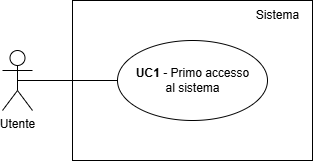
teamcodealchemists/docs keeps this draw.io diagram as documents/rtb/assets/UC1.png. Above is the earlier version. Source tidied: cells renumbered, new cells last; positions are measured from the earlier drawing's top-left corner, leaving out a move shared by most shapes. Source of this version:
```xml
<mxGraphModel>
  <root>
    <mxCell id="0" />
    <mxCell id="1" parent="0" />
    <mxCell id="2" value="Utente" style="shape=umlActor;verticalLabelPosition=bottom;verticalAlign=top;html=1;outlineConnect=0;" parent="1" vertex="1">
      <mxGeometry y="50" width="30" height="60" as="geometry" />
    </mxCell>
    <mxCell id="3" style="rounded=0;whiteSpace=wrap;html=1;" parent="1" vertex="1">
      <mxGeometry x="70" width="240" height="160" as="geometry" />
    </mxCell>
    <mxCell id="4" value="Sistema" style="text;html=1;align=center;verticalAlign=middle;strokeColor=none;fillColor=none;" parent="1" vertex="1">
      <mxGeometry x="240" width="70" height="30" as="geometry" />
    </mxCell>
    <mxCell id="5" style="ellipse;whiteSpace=wrap;html=1;fontStyle=1;" parent="1" vertex="1">
      <mxGeometry x="115" y="40" width="150" height="80" as="geometry" />
    </mxCell>
    <mxCell id="6" value="&lt;b&gt;UC1 &lt;/b&gt;- Primo accesso&lt;div&gt;al sistema&lt;/div&gt;" style="text;html=1;align=center;verticalAlign=middle;strokeColor=none;fillColor=none;" parent="1" vertex="1">
      <mxGeometry x="120" y="60" width="140" height="40" as="geometry" />
    </mxCell>
    <mxCell id="7" style="endArrow=none;html=1;rounded=0;entryX=0;entryY=0.5;entryDx=0;entryDy=0;exitX=0.5;exitY=0.5;exitDx=0;exitDy=0;exitPerimeter=0;" parent="1" edge="1" source="2" target="5">
      <mxGeometry relative="1" as="geometry" />
    </mxCell>
  </root>
</mxGraphModel>
```
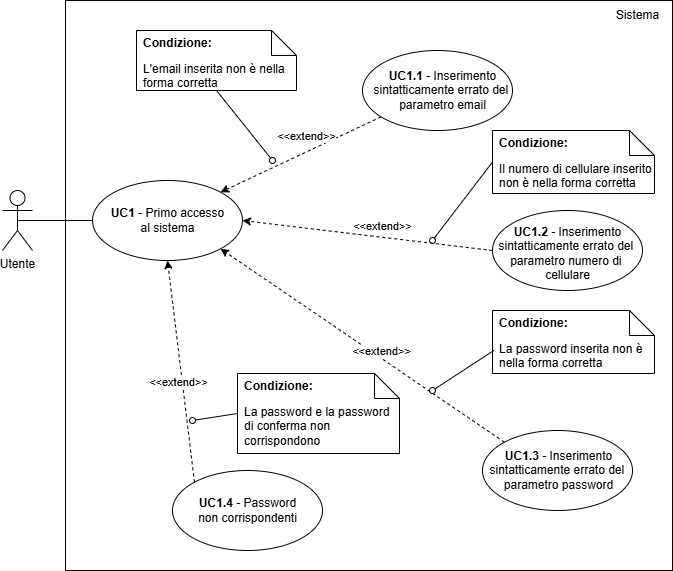
After the commit.

Diff of the diagram source:
```diff
@@ -1,24 +1,124 @@
 <mxGraphModel>
   <root>
-    <mxCell id="0" />
-    <mxCell id="1" parent="0" />
+    <mxCell id="8" />
+    <mxCell id="9" parent="8" />
-    <mxCell id="2" value="Utente" style="shape=umlActor;verticalLabelPosition=bottom;verticalAlign=top;html=1;outlineConnect=0;" parent="1" vertex="1">
-      <mxGeometry y="50" width="30" height="60" as="geometry" />
+    <mxCell id="2" value="Utente" style="shape=umlActor;verticalLabelPosition=bottom;verticalAlign=top;html=1;outlineConnect=0;" parent="9" vertex="1">
+      <mxGeometry x="-130" y="50" width="30" height="60" as="geometry" />
     </mxCell>
-    <mxCell id="3" style="rounded=0;whiteSpace=wrap;html=1;" parent="1" vertex="1">
-      <mxGeometry x="70" width="240" height="160" as="geometry" />
-    </mxCell>
+    <mxCell id="10" style="rounded=0;whiteSpace=wrap;html=1;" parent="9" vertex="1">
+      <mxGeometry x="-67" y="-140" width="607" height="570" as="geometry" />
+    </mxCell>
+    <mxCell id="11" style="ellipse;whiteSpace=wrap;html=1;fontStyle=1;" parent="9" vertex="1">
+      <mxGeometry x="-40" y="40" width="150" height="80" as="geometry" />
+    </mxCell>
+    <mxCell id="6" value="&lt;b&gt;UC1&amp;nbsp;&lt;/b&gt;- Primo accesso&lt;div&gt;al sistema&lt;/div&gt;" style="text;html=1;align=center;verticalAlign=middle;strokeColor=none;fillColor=none;" parent="9" vertex="1">
+      <mxGeometry x="-35" y="60" width="140" height="40" as="geometry" />
+    </mxCell>
+    <mxCell id="12" style="endArrow=none;html=1;rounded=0;entryX=0;entryY=0.5;entryDx=0;entryDy=0;exitX=0.5;exitY=0.5;exitDx=0;exitDy=0;exitPerimeter=0;" parent="9" edge="1" source="2" target="11">
+      <mxGeometry relative="1" as="geometry" />
+    </mxCell>
+    <mxCell id="13" style="rounded=0;jettySize=auto;html=1;entryX=1;entryY=0;entryDx=0;entryDy=0;dashed=1;" parent="9" edge="1" source="15" target="11">
+      <mxGeometry relative="1" as="geometry" />
+    </mxCell>
+    <mxCell id="14" value="&amp;lt;&amp;lt;extend&amp;gt;&amp;gt;" style="edgeLabel;html=1;align=center;verticalAlign=middle;" parent="13" vertex="1">
+      <mxGeometry x="-0.17" y="-3" relative="1" as="geometry">
+        <mxPoint x="-8" y="-9" as="offset" />
+      </mxGeometry>
+    </mxCell>
+    <mxCell id="15" style="ellipse;whiteSpace=wrap;html=1;fontStyle=1;" parent="9" vertex="1">
+      <mxGeometry x="230" y="-90" width="150" height="80" as="geometry" />
+    </mxCell>
+    <mxCell id="16" value="&lt;b&gt;UC1.1&amp;nbsp;&lt;/b&gt;- Inserimento&lt;div&gt;sintatticamente errato del&amp;nbsp;&lt;br&gt;&lt;div&gt;parametro email&lt;/div&gt;&lt;/div&gt;" style="text;html=1;align=center;verticalAlign=middle;strokeColor=none;fillColor=none;" parent="9" vertex="1">
+      <mxGeometry x="230" y="-80" width="160" height="60" as="geometry" />
+    </mxCell>
+    <mxCell id="17" value="L'email inserita non è nella forma corretta" style="shape=note2;boundedLbl=1;whiteSpace=wrap;html=1;size=25;verticalAlign=top;align=left;spacingLeft=5;" parent="9" vertex="1">
+      <mxGeometry x="4" y="-110" width="160" height="60" as="geometry" />
+    </mxCell>
+    <mxCell id="18" value="&lt;b&gt;Condizione:&lt;/b&gt;" style="strokeColor=none;fillColor=none;align=left;spacingLeft=5;whiteSpace=wrap;html=1;" parent="17" vertex="1">
+      <mxGeometry width="160" height="25" relative="1" as="geometry" />
+    </mxCell>
+    <mxCell id="19" style="rounded=0;jettySize=auto;html=1;endArrow=oval;endFill=0;exitX=0.5;exitY=1;exitDx=0;exitDy=0;exitPerimeter=0;" parent="9" edge="1" source="17">
+      <mxGeometry relative="1" as="geometry">
+        <mxPoint x="140" y="20" as="targetPoint" />
+      </mxGeometry>
+    </mxCell>
-    <mxCell id="4" value="Sistema" style="text;html=1;align=center;verticalAlign=middle;strokeColor=none;fillColor=none;" parent="1" vertex="1">
-      <mxGeometry x="240" width="70" height="30" as="geometry" />
+    <mxCell id="4" value="Sistema" style="text;html=1;align=center;verticalAlign=middle;strokeColor=none;fillColor=none;" parent="9" vertex="1">
+      <mxGeometry x="470" y="-140" width="70" height="30" as="geometry" />
     </mxCell>
-    <mxCell id="5" style="ellipse;whiteSpace=wrap;html=1;fontStyle=1;" parent="1" vertex="1">
-      <mxGeometry x="115" y="40" width="150" height="80" as="geometry" />
-    </mxCell>
-    <mxCell id="6" value="&lt;b&gt;UC1 &lt;/b&gt;- Primo accesso&lt;div&gt;al sistema&lt;/div&gt;" style="text;html=1;align=center;verticalAlign=middle;strokeColor=none;fillColor=none;" parent="1" vertex="1">
-      <mxGeometry x="120" y="60" width="140" height="40" as="geometry" />
-    </mxCell>
-    <mxCell id="7" style="endArrow=none;html=1;rounded=0;entryX=0;entryY=0.5;entryDx=0;entryDy=0;exitX=0.5;exitY=0.5;exitDx=0;exitDy=0;exitPerimeter=0;" parent="1" edge="1" source="2" target="5">
-      <mxGeometry relative="1" as="geometry" />
-    </mxCell>
+    <mxCell id="20" style="ellipse;whiteSpace=wrap;html=1;fontStyle=1;" parent="9" vertex="1">
+      <mxGeometry x="360" y="70" width="150" height="80" as="geometry" />
+    </mxCell>
+    <mxCell id="21" value="&lt;b&gt;UC1.2&amp;nbsp;&lt;/b&gt;- Inserimento&lt;div&gt;sintatticamente errato del&amp;nbsp;&lt;br&gt;&lt;div&gt;parametro numero di&amp;nbsp;&lt;/div&gt;&lt;/div&gt;&lt;div&gt;cellulare&lt;/div&gt;" style="text;html=1;align=center;verticalAlign=middle;strokeColor=none;fillColor=none;" parent="9" vertex="1">
+      <mxGeometry x="355" y="78" width="160" height="70" as="geometry" />
+    </mxCell>
+    <mxCell id="22" value="La password inserita non è nella forma corretta" style="shape=note2;boundedLbl=1;whiteSpace=wrap;html=1;size=25;verticalAlign=top;align=left;spacingLeft=5;" parent="9" vertex="1">
+      <mxGeometry x="360" y="170" width="162" height="63" as="geometry" />
+    </mxCell>
+    <mxCell id="23" value="&lt;b&gt;Condizione:&lt;/b&gt;" style="strokeColor=none;fillColor=none;align=left;spacingLeft=5;whiteSpace=wrap;html=1;" parent="22" vertex="1">
+      <mxGeometry width="162" height="25" relative="1" as="geometry" />
+    </mxCell>
+    <mxCell id="24" style="ellipse;whiteSpace=wrap;html=1;fontStyle=1;" parent="9" vertex="1">
+      <mxGeometry x="350" y="290" width="150" height="80" as="geometry" />
+    </mxCell>
+    <mxCell id="25" value="&lt;b&gt;UC1.3&amp;nbsp;&lt;/b&gt;- Inserimento&lt;div&gt;sintatticamente errato del&amp;nbsp;&lt;br&gt;&lt;div&gt;parametro password&lt;/div&gt;&lt;/div&gt;" style="text;html=1;align=center;verticalAlign=middle;strokeColor=none;fillColor=none;" parent="9" vertex="1">
+      <mxGeometry x="346" y="300" width="160" height="60" as="geometry" />
+    </mxCell>
+    <mxCell id="26" style="rounded=0;jettySize=auto;html=1;entryX=1;entryY=0.5;entryDx=0;entryDy=0;dashed=1;exitX=0;exitY=0.5;exitDx=0;exitDy=0;" parent="9" edge="1" source="20" target="11">
+      <mxGeometry relative="1" as="geometry" />
+    </mxCell>
+    <mxCell id="27" value="&amp;lt;&amp;lt;extend&amp;gt;&amp;gt;" style="edgeLabel;html=1;align=center;verticalAlign=middle;" parent="26" vertex="1">
+      <mxGeometry x="-0.17" y="-3" relative="1" as="geometry">
+        <mxPoint x="-8" y="-9" as="offset" />
+      </mxGeometry>
+    </mxCell>
+    <mxCell id="28" style="rounded=0;jettySize=auto;html=1;entryX=1;entryY=1;entryDx=0;entryDy=0;dashed=1;exitX=0;exitY=0;exitDx=0;exitDy=0;" parent="9" edge="1" source="24" target="11">
+      <mxGeometry relative="1" as="geometry" />
+    </mxCell>
+    <mxCell id="29" value="&amp;lt;&amp;lt;extend&amp;gt;&amp;gt;" style="edgeLabel;html=1;align=center;verticalAlign=middle;" parent="28" vertex="1">
+      <mxGeometry x="-0.17" y="-3" relative="1" as="geometry">
+        <mxPoint x="-8" y="-9" as="offset" />
+      </mxGeometry>
+    </mxCell>
+    <mxCell id="30" style="rounded=0;jettySize=auto;html=1;endArrow=oval;endFill=0;exitX=0.009;exitY=0.633;exitDx=0;exitDy=0;exitPerimeter=0;" parent="9" edge="1" source="22">
+      <mxGeometry relative="1" as="geometry">
+        <mxPoint x="300" y="250" as="targetPoint" />
+      </mxGeometry>
+    </mxCell>
+    <mxCell id="31" value="Il numero di cellulare inserito non è nella forma corretta" style="shape=note2;boundedLbl=1;whiteSpace=wrap;html=1;size=25;verticalAlign=top;align=left;spacingLeft=5;" parent="9" vertex="1">
+      <mxGeometry x="360" y="-10" width="162" height="63" as="geometry" />
+    </mxCell>
+    <mxCell id="32" value="&lt;b&gt;Condizione:&lt;/b&gt;" style="strokeColor=none;fillColor=none;align=left;spacingLeft=5;whiteSpace=wrap;html=1;" parent="31" vertex="1">
+      <mxGeometry width="162" height="25" relative="1" as="geometry" />
+    </mxCell>
+    <mxCell id="33" style="rounded=0;jettySize=auto;html=1;endArrow=oval;endFill=0;exitX=0;exitY=0.5;exitDx=0;exitDy=0;exitPerimeter=0;" parent="9" edge="1" source="31">
+      <mxGeometry relative="1" as="geometry">
+        <mxPoint x="300" y="100" as="targetPoint" />
+      </mxGeometry>
+    </mxCell>
+    <mxCell id="34" style="ellipse;whiteSpace=wrap;html=1;fontStyle=1;" parent="9" vertex="1">
+      <mxGeometry x="40" y="330" width="150" height="80" as="geometry" />
+    </mxCell>
+    <mxCell id="35" value="&lt;b&gt;UC1.4&amp;nbsp;&lt;/b&gt;- Password&lt;div&gt;non corrispondenti&lt;/div&gt;" style="text;html=1;align=center;verticalAlign=middle;strokeColor=none;fillColor=none;" parent="9" vertex="1">
+      <mxGeometry x="55" y="350" width="120" height="40" as="geometry" />
+    </mxCell>
+    <mxCell id="36" style="rounded=0;jettySize=auto;html=1;entryX=0.5;entryY=1;entryDx=0;entryDy=0;dashed=1;exitX=0;exitY=0;exitDx=0;exitDy=0;" parent="9" edge="1" source="34" target="11">
+      <mxGeometry relative="1" as="geometry" />
+    </mxCell>
+    <mxCell id="37" value="&amp;lt;&amp;lt;extend&amp;gt;&amp;gt;" style="edgeLabel;html=1;align=center;verticalAlign=middle;" parent="36" vertex="1">
+      <mxGeometry x="-0.17" y="-3" relative="1" as="geometry">
+        <mxPoint x="-8" y="-9" as="offset" />
+      </mxGeometry>
+    </mxCell>
+    <mxCell id="38" value="La password e la password di conferma non corrispondono" style="shape=note2;boundedLbl=1;whiteSpace=wrap;html=1;size=25;verticalAlign=top;align=left;spacingLeft=5;" parent="9" vertex="1">
+      <mxGeometry x="105" y="233" width="162" height="80" as="geometry" />
+    </mxCell>
+    <mxCell id="39" value="&lt;b&gt;Condizione:&lt;/b&gt;" style="strokeColor=none;fillColor=none;align=left;spacingLeft=5;whiteSpace=wrap;html=1;" parent="38" vertex="1">
+      <mxGeometry width="162" height="25" relative="1" as="geometry" />
+    </mxCell>
+    <mxCell id="40" style="rounded=0;jettySize=auto;html=1;endArrow=oval;endFill=0;exitX=0;exitY=0.5;exitDx=0;exitDy=0;exitPerimeter=0;" parent="9" edge="1" source="38">
+      <mxGeometry relative="1" as="geometry">
+        <mxPoint x="60" y="280" as="targetPoint" />
+      </mxGeometry>
+    </mxCell>
   </root>
 </mxGraphModel>
```
